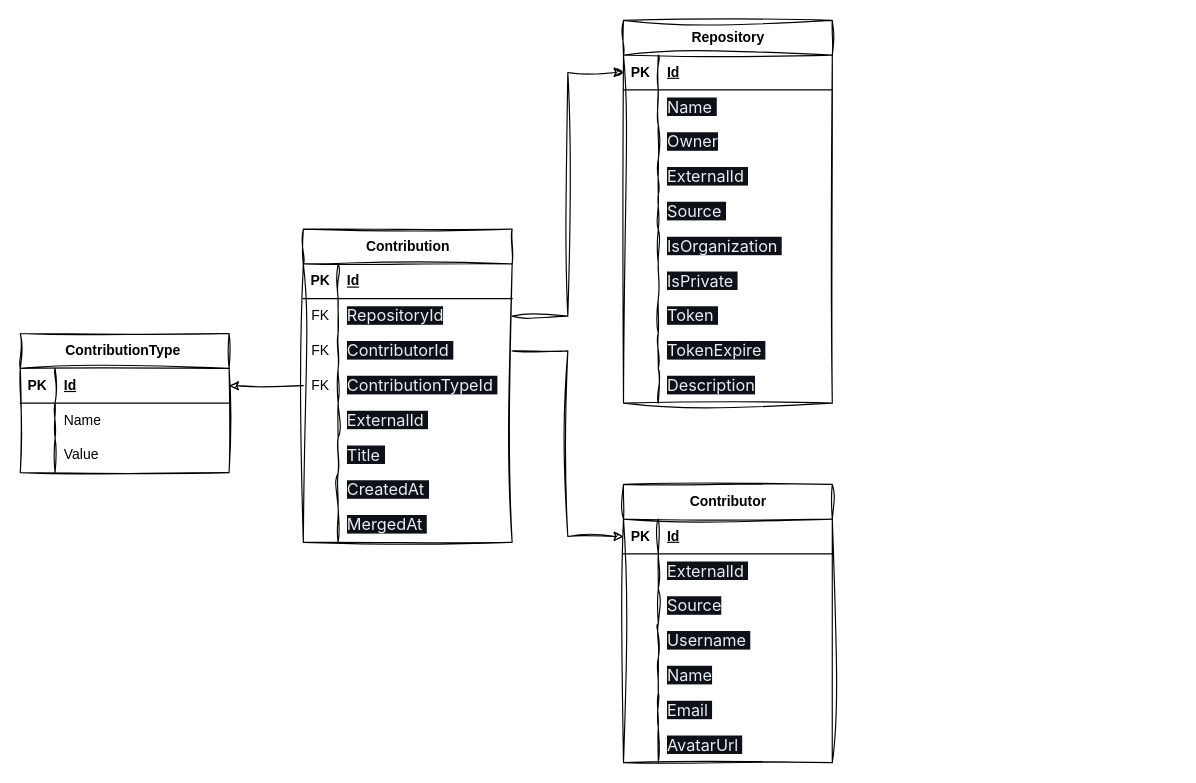
The draw.io diagram Resources/Diagrams/GitFyle.drawio in The-Standard-Organization/GitFyle.Core.Api, before the edit. Source tidied: cells renumbered, new cells numbered last; positions are measured from the earlier drawing's top-left corner, leaving out a move shared by most shapes. Both pictures are drawn from the tidied source at 116%, with x=0, y=0 at pixel (20, 20).
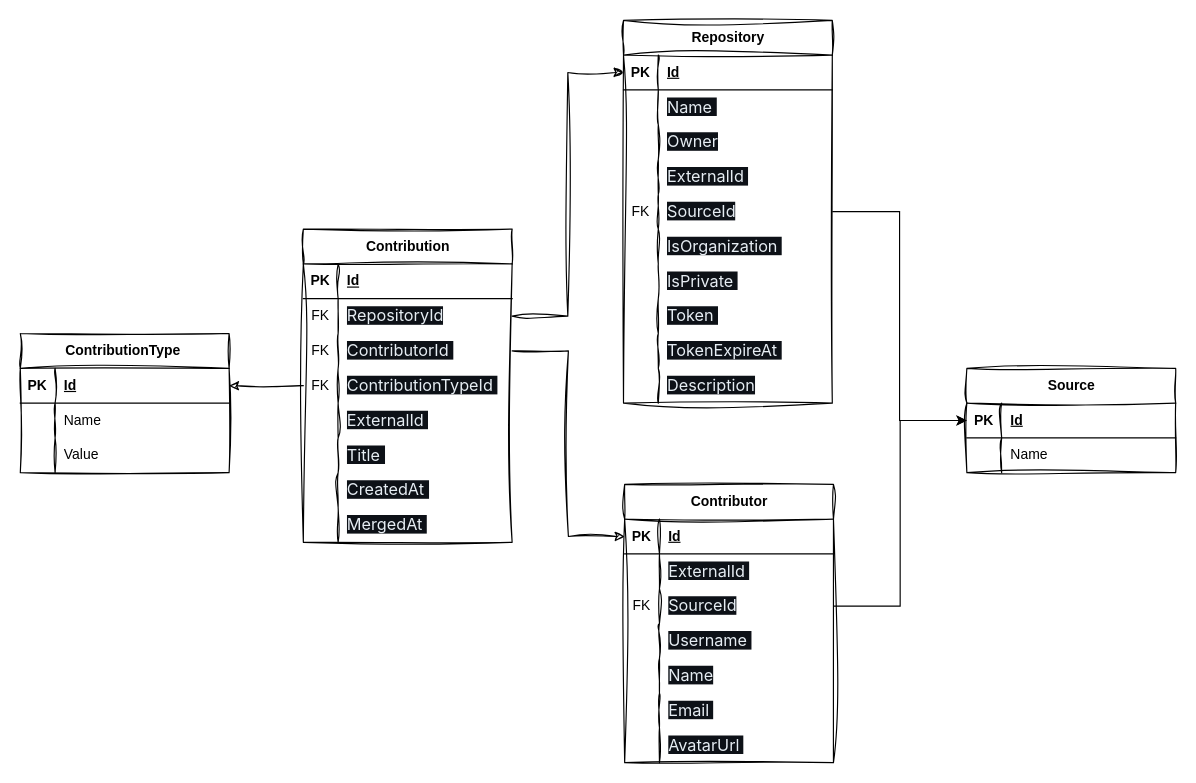
The same diagram, later.

Commit message:
CODE RUB: Updated diagram

The change refers to these unchanged cells:
```xml
<mxCell id="15" style="shape=tableRow;horizontal=0;startSize=0;swimlaneHead=0;swimlaneBody=0;fillColor=none;points=[[0,0.5],[1,0.5]];portConstraint=eastwest;top=0;left=0;right=0;bottom=0;" parent="2" vertex="1">
  <mxGeometry y="150" width="180" height="30" as="geometry" />
</mxCell>
<mxCell id="27" style="shape=tableRow;horizontal=0;startSize=0;swimlaneHead=0;swimlaneBody=0;fillColor=none;top=0;left=0;right=0;bottom=0;" parent="2" vertex="1">
  <mxGeometry y="270" width="180" height="30" as="geometry" />
</mxCell>
<mxCell id="40" style="shape=tableRow;horizontal=0;startSize=0;swimlaneHead=0;swimlaneBody=0;fillColor=none;points=[[0,0.5],[1,0.5]];portConstraint=eastwest;top=0;left=0;right=0;bottom=0;" parent="33" vertex="1">
  <mxGeometry y="90" width="180" height="30" as="geometry" />
</mxCell>
```

What changed in the source:
```diff
@@
-    <mxCell id="16" style="shape=partialRectangle;fillColor=none;top=0;left=0;bottom=0;right=0;overflow=hidden;whiteSpace=wrap;html=1;" parent="15" vertex="1">
+    <mxCell id="16" value="FK" style="shape=partialRectangle;fillColor=none;top=0;left=0;bottom=0;right=0;overflow=hidden;whiteSpace=wrap;html=1;" parent="15" vertex="1">
       <mxGeometry width="30" height="30" as="geometry" />
     </mxCell>
-    <mxCell id="17" value="&lt;span style=&quot;color: rgb(230, 237, 243); font-family: -apple-system, BlinkMacSystemFont, &amp;quot;Segoe UI&amp;quot;, &amp;quot;Noto Sans&amp;quot;, Helvetica, Arial, sans-serif, &amp;quot;Apple Color Emoji&amp;quot;, &amp;quot;Segoe UI Emoji&amp;quot;; font-size: 14px; background-color: rgb(13, 17, 23);&quot;&gt;Source&amp;nbsp;&lt;/span&gt;" style="shape=partialRectangle;fillColor=none;top=0;left=0;bottom=0;right=0;align=left;spacingLeft=6;overflow=hidden;whiteSpace=wrap;html=1;" parent="15" vertex="1">
+    <mxCell id="17" value="&lt;span style=&quot;color: rgb(230, 237, 243); font-family: -apple-system, BlinkMacSystemFont, &amp;quot;Segoe UI&amp;quot;, &amp;quot;Noto Sans&amp;quot;, Helvetica, Arial, sans-serif, &amp;quot;Apple Color Emoji&amp;quot;, &amp;quot;Segoe UI Emoji&amp;quot;; font-size: 14px; background-color: rgb(13, 17, 23);&quot;&gt;SourceId&lt;/span&gt;" style="shape=partialRectangle;fillColor=none;top=0;left=0;bottom=0;right=0;align=left;spacingLeft=6;overflow=hidden;whiteSpace=wrap;html=1;" parent="15" vertex="1">
       <mxGeometry x="30" width="150" height="30" as="geometry" />
     </mxCell>
@@
-    <mxCell id="29" value="&lt;span style=&quot;color: rgb(230, 237, 243); font-family: -apple-system, BlinkMacSystemFont, &amp;quot;Segoe UI&amp;quot;, &amp;quot;Noto Sans&amp;quot;, Helvetica, Arial, sans-serif, &amp;quot;Apple Color Emoji&amp;quot;, &amp;quot;Segoe UI Emoji&amp;quot;; font-size: 14px; background-color: rgb(13, 17, 23);&quot;&gt;TokenExpire&amp;nbsp;&lt;/span&gt;" style="shape=partialRectangle;fillColor=none;top=0;left=0;bottom=0;right=0;align=left;spacingLeft=6;overflow=hidden;whiteSpace=wrap;html=1;" parent="27" vertex="1">
+    <mxCell id="29" value="&lt;span style=&quot;color: rgb(230, 237, 243); font-family: -apple-system, BlinkMacSystemFont, &amp;quot;Segoe UI&amp;quot;, &amp;quot;Noto Sans&amp;quot;, Helvetica, Arial, sans-serif, &amp;quot;Apple Color Emoji&amp;quot;, &amp;quot;Segoe UI Emoji&amp;quot;; font-size: 14px; background-color: rgb(13, 17, 23);&quot;&gt;TokenExpireAt&amp;nbsp;&lt;/span&gt;" style="shape=partialRectangle;fillColor=none;top=0;left=0;bottom=0;right=0;align=left;spacingLeft=6;overflow=hidden;whiteSpace=wrap;html=1;" parent="27" vertex="1">
       <mxGeometry x="30" width="150" height="30" as="geometry" />
     </mxCell>
@@
     <mxCell id="33" value="Contributor" style="shape=table;startSize=30;childLayout=tableLayout;rowLines=0;fontStyle=1;align=center;html=1;sketch=1;curveFitting=1;jiggle=2;" parent="1" vertex="1">
-      <mxGeometry x="520" y="400" width="180" height="240" as="geometry" />
+      <mxGeometry x="521" y="400" width="180" height="240" as="geometry" />
     </mxCell>
@@
-    <mxCell id="41" style="shape=partialRectangle;fillColor=none;top=0;left=0;bottom=0;right=0;overflow=hidden;whiteSpace=wrap;html=1;" parent="40" vertex="1">
+    <mxCell id="41" value="FK" style="shape=partialRectangle;fillColor=none;top=0;left=0;bottom=0;right=0;overflow=hidden;whiteSpace=wrap;html=1;" parent="40" vertex="1">
       <mxGeometry width="30" height="30" as="geometry" />
     </mxCell>
-    <mxCell id="42" value="&lt;span style=&quot;color: rgb(230, 237, 243); font-family: -apple-system, BlinkMacSystemFont, &amp;quot;Segoe UI&amp;quot;, &amp;quot;Noto Sans&amp;quot;, Helvetica, Arial, sans-serif, &amp;quot;Apple Color Emoji&amp;quot;, &amp;quot;Segoe UI Emoji&amp;quot;; font-size: 14px; background-color: rgb(13, 17, 23);&quot;&gt;Source&lt;/span&gt;" style="shape=partialRectangle;fillColor=none;top=0;left=0;bottom=0;right=0;align=left;spacingLeft=6;overflow=hidden;whiteSpace=wrap;html=1;" parent="40" vertex="1">
+    <mxCell id="42" value="&lt;span style=&quot;color: rgb(230, 237, 243); font-family: -apple-system, BlinkMacSystemFont, &amp;quot;Segoe UI&amp;quot;, &amp;quot;Noto Sans&amp;quot;, Helvetica, Arial, sans-serif, &amp;quot;Apple Color Emoji&amp;quot;, &amp;quot;Segoe UI Emoji&amp;quot;; font-size: 14px; background-color: rgb(13, 17, 23);&quot;&gt;SourceId&lt;/span&gt;" style="shape=partialRectangle;fillColor=none;top=0;left=0;bottom=0;right=0;align=left;spacingLeft=6;overflow=hidden;whiteSpace=wrap;html=1;" parent="40" vertex="1">
       <mxGeometry x="30" width="150" height="30" as="geometry" />
     </mxCell>
@@
+    <mxCell id="93" value="Source" style="shape=table;startSize=30;childLayout=tableLayout;rowLines=0;fontStyle=1;align=center;html=1;sketch=1;curveFitting=1;jiggle=2;" parent="1" vertex="1">
+      <mxGeometry x="816" y="300" width="180" height="90" as="geometry" />
+    </mxCell>
+    <mxCell id="94" style="shape=tableRow;horizontal=0;startSize=0;swimlaneHead=0;swimlaneBody=0;fillColor=none;points=[[0,0.5],[1,0.5]];portConstraint=eastwest;top=0;left=0;right=0;bottom=1;" parent="93" vertex="1">
+      <mxGeometry y="30" width="180" height="30" as="geometry" />
+    </mxCell>
+    <mxCell id="95" value="PK" style="shape=partialRectangle;fillColor=none;top=0;left=0;bottom=0;right=0;fontStyle=1;overflow=hidden;whiteSpace=wrap;html=1;" parent="94" vertex="1">
+      <mxGeometry width="30" height="30" as="geometry" />
+    </mxCell>
+    <mxCell id="96" value="Id" style="shape=partialRectangle;fillColor=none;top=0;left=0;bottom=0;right=0;align=left;spacingLeft=6;fontStyle=5;overflow=hidden;whiteSpace=wrap;html=1;" parent="94" vertex="1">
+      <mxGeometry x="30" width="150" height="30" as="geometry" />
+    </mxCell>
+    <mxCell id="97" style="shape=tableRow;horizontal=0;startSize=0;swimlaneHead=0;swimlaneBody=0;fillColor=none;top=0;left=0;right=0;bottom=0;" parent="93" vertex="1">
+      <mxGeometry y="60" width="180" height="30" as="geometry" />
+    </mxCell>
+    <mxCell id="98" style="shape=partialRectangle;fillColor=none;top=0;left=0;bottom=0;right=0;overflow=hidden;whiteSpace=wrap;html=1;" parent="97" vertex="1">
+      <mxGeometry width="30" height="30" as="geometry" />
+    </mxCell>
+    <mxCell id="99" value="Name" style="shape=partialRectangle;fillColor=none;top=0;left=0;bottom=0;right=0;align=left;spacingLeft=6;overflow=hidden;whiteSpace=wrap;html=1;" parent="97" vertex="1">
+      <mxGeometry x="30" width="150" height="30" as="geometry" />
+    </mxCell>
+    <mxCell id="100" style="edgeStyle=orthogonalEdgeStyle;rounded=0;jettySize=auto;html=1;exitX=1;exitY=0.5;exitDx=0;exitDy=0;entryX=0;entryY=0.5;entryDx=0;entryDy=0;" parent="1" edge="1" source="40" target="94">
+      <mxGeometry relative="1" as="geometry" />
+    </mxCell>
+    <mxCell id="101" style="edgeStyle=orthogonalEdgeStyle;rounded=0;jettySize=auto;html=1;exitX=1;exitY=0.5;exitDx=0;exitDy=0;entryX=0;entryY=0.5;entryDx=0;entryDy=0;" parent="1" edge="1" source="15" target="94">
+      <mxGeometry relative="1" as="geometry" />
+    </mxCell>
```
